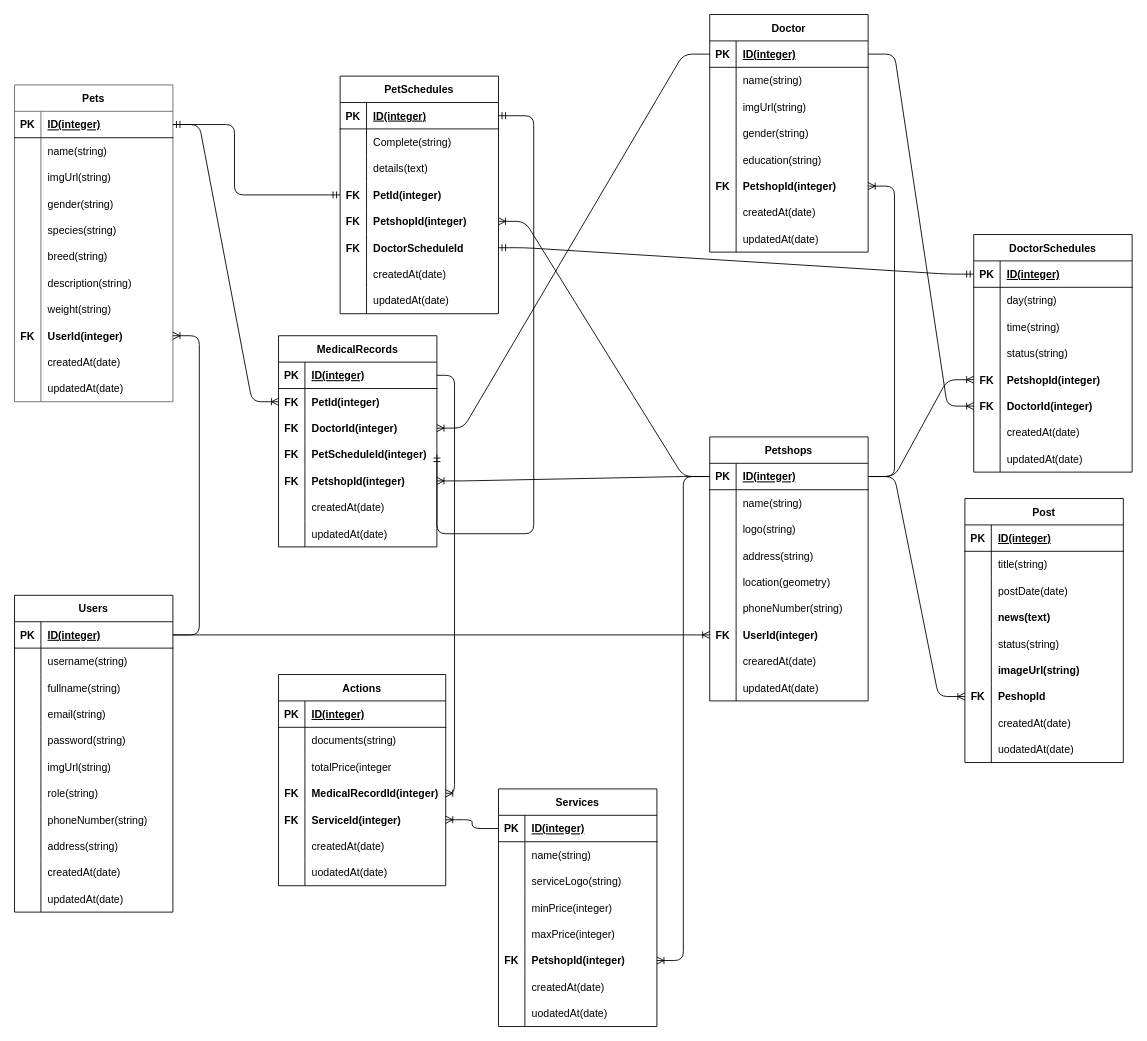
Before: petPlus.drawio in Pet-Plus-Hackiv8/fsjs-t1-final-server, a draw.io diagram. Source tidied: cells renumbered, new cells numbered last; positions are measured from the earlier drawing's top-left corner, leaving out a move shared by most shapes. Both pictures are drawn from the tidied source at 88%, with x=0, y=0 at pixel (14, 14).
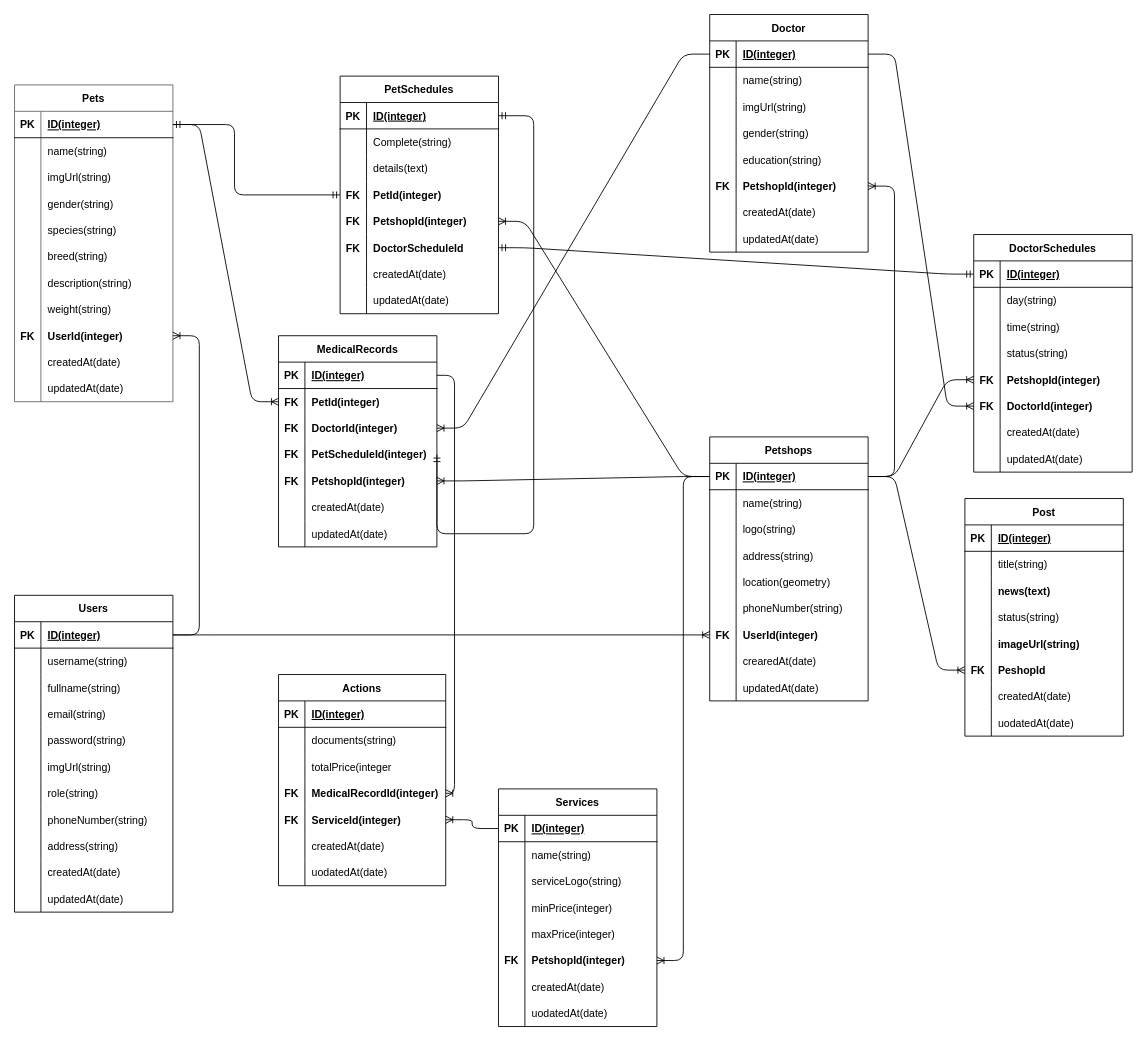
The same diagram, later.

Change to the diagram source:
```diff
@@
     <mxCell id="231" value="Post" style="shape=table;startSize=30;childLayout=tableLayout;rowLines=0;fontStyle=1;align=center;" parent="1" vertex="1">
-      <mxGeometry x="1080" y="550" width="180" height="300" as="geometry" />
+      <mxGeometry x="1080" y="550" width="180" height="270" as="geometry" />
     </mxCell>
@@
-    <mxCell id="238" style="shape=tableRow;horizontal=0;startSize=0;swimlaneHead=0;swimlaneBody=0;fillColor=none;top=0;left=0;right=0;bottom=0;" parent="231" vertex="1">
-      <mxGeometry y="90" width="180" height="30" as="geometry" />
-    </mxCell>
-    <mxCell id="239" style="shape=partialRectangle;fillColor=none;top=0;left=0;bottom=0;right=0;overflow=hidden;" parent="238" vertex="1">
-      <mxGeometry width="30" height="30" as="geometry" />
-    </mxCell>
-    <mxCell id="240" value="postDate(date)" style="shape=partialRectangle;fillColor=none;top=0;left=0;bottom=0;right=0;align=left;spacingLeft=6;overflow=hidden;" parent="238" vertex="1">
-      <mxGeometry x="30" width="150" height="30" as="geometry" />
-    </mxCell>
     <mxCell id="241" style="shape=tableRow;horizontal=0;startSize=0;swimlaneHead=0;swimlaneBody=0;fillColor=none;top=0;left=0;right=0;bottom=0;" parent="231" vertex="1">
-      <mxGeometry y="120" width="180" height="30" as="geometry" />
+      <mxGeometry y="90" width="180" height="30" as="geometry" />
     </mxCell>
@@
     <mxCell id="244" style="shape=tableRow;horizontal=0;startSize=0;swimlaneHead=0;swimlaneBody=0;fillColor=none;top=0;left=0;right=0;bottom=0;" parent="231" vertex="1">
-      <mxGeometry y="150" width="180" height="30" as="geometry" />
+      <mxGeometry y="120" width="180" height="30" as="geometry" />
     </mxCell>
@@
     <mxCell id="247" style="shape=tableRow;horizontal=0;startSize=0;swimlaneHead=0;swimlaneBody=0;fillColor=none;top=0;left=0;right=0;bottom=0;" parent="231" vertex="1">
-      <mxGeometry y="180" width="180" height="30" as="geometry" />
+      <mxGeometry y="150" width="180" height="30" as="geometry" />
     </mxCell>
@@
     <mxCell id="250" style="shape=tableRow;horizontal=0;startSize=0;swimlaneHead=0;swimlaneBody=0;fillColor=none;points=[[0,0.5],[1,0.5]];portConstraint=eastwest;top=0;left=0;right=0;bottom=0;" parent="231" vertex="1">
-      <mxGeometry y="210" width="180" height="30" as="geometry" />
+      <mxGeometry y="180" width="180" height="30" as="geometry" />
     </mxCell>
@@
     <mxCell id="253" style="shape=tableRow;horizontal=0;startSize=0;swimlaneHead=0;swimlaneBody=0;fillColor=none;top=0;left=0;right=0;bottom=0;" parent="231" vertex="1">
-      <mxGeometry y="240" width="180" height="30" as="geometry" />
+      <mxGeometry y="210" width="180" height="30" as="geometry" />
     </mxCell>
@@
     <mxCell id="256" style="shape=tableRow;horizontal=0;startSize=0;swimlaneHead=0;swimlaneBody=0;fillColor=none;top=0;left=0;right=0;bottom=0;" parent="231" vertex="1">
-      <mxGeometry y="270" width="180" height="30" as="geometry" />
+      <mxGeometry y="240" width="180" height="30" as="geometry" />
     </mxCell>
```
